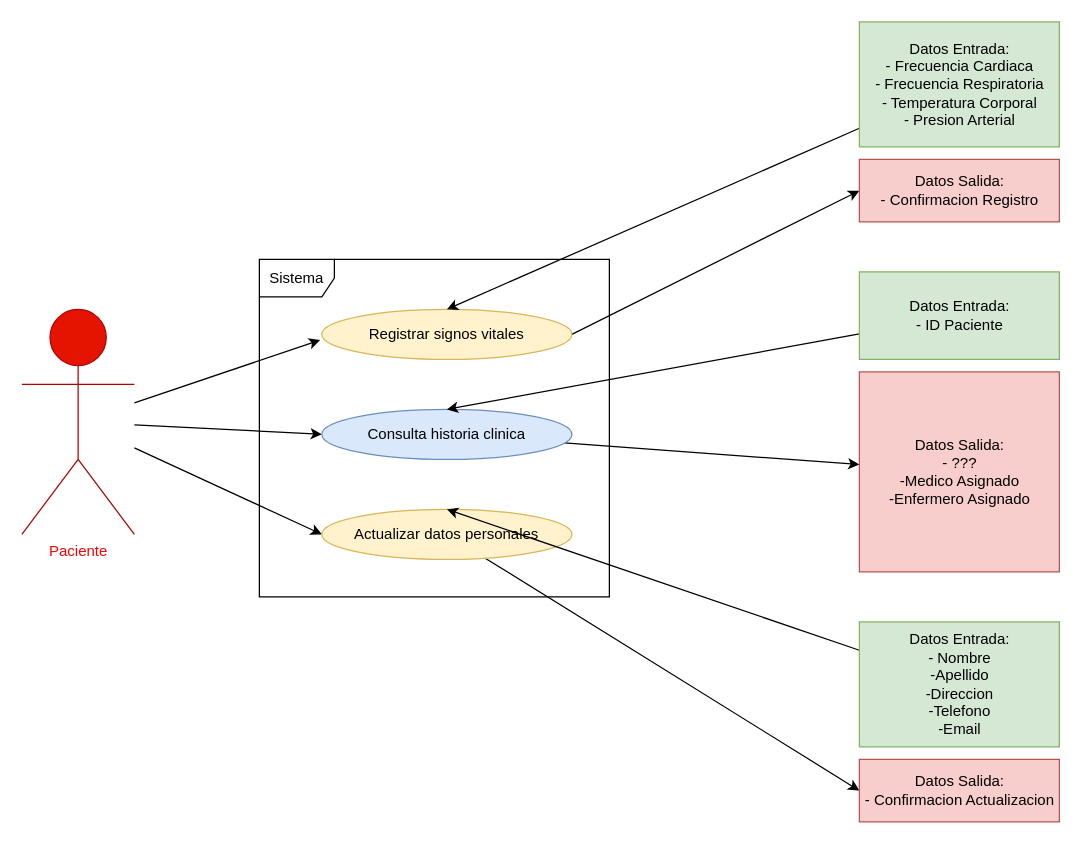
The draw.io diagram Casos de Uso Paciente.drawio in LeoDavintxi/Hospitalizacion-en-Casa, before the edit. Source tidied: cells renumbered, new cells numbered last; positions are measured from the earlier drawing's top-left corner, leaving out a move shared by most shapes. Both pictures are drawn from the tidied source at 125%, with x=0, y=0 at pixel (21, 21).
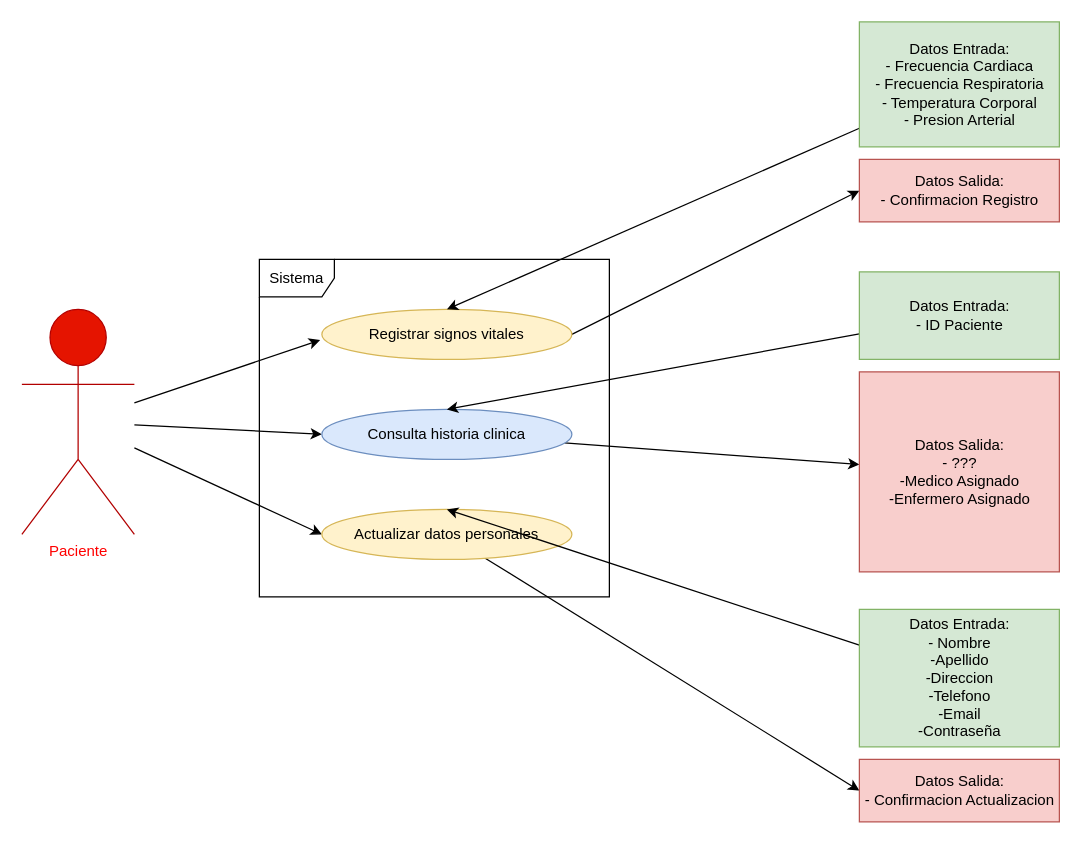
Above is the later version.

Diff of the diagram source:
```diff
@@
-    <mxCell id="19" value="Datos Entrada:&lt;br&gt;- Nombre&lt;br&gt;-Apellido&lt;br&gt;-Direccion&lt;br&gt;-Telefono&lt;br&gt;-Email" style="html=1;fillColor=#d5e8d4;strokeColor=#82b366;" parent="1" vertex="1">
-      <mxGeometry x="670" y="480" width="160" height="100" as="geometry" />
+    <mxCell id="19" value="Datos Entrada:&lt;br&gt;- Nombre&lt;br&gt;-Apellido&lt;br&gt;-Direccion&lt;br&gt;-Telefono&lt;br&gt;-Email&lt;br&gt;-Contraseña" style="html=1;fillColor=#d5e8d4;strokeColor=#82b366;" parent="1" vertex="1">
+      <mxGeometry x="670" y="470" width="160" height="110" as="geometry" />
     </mxCell>
```
